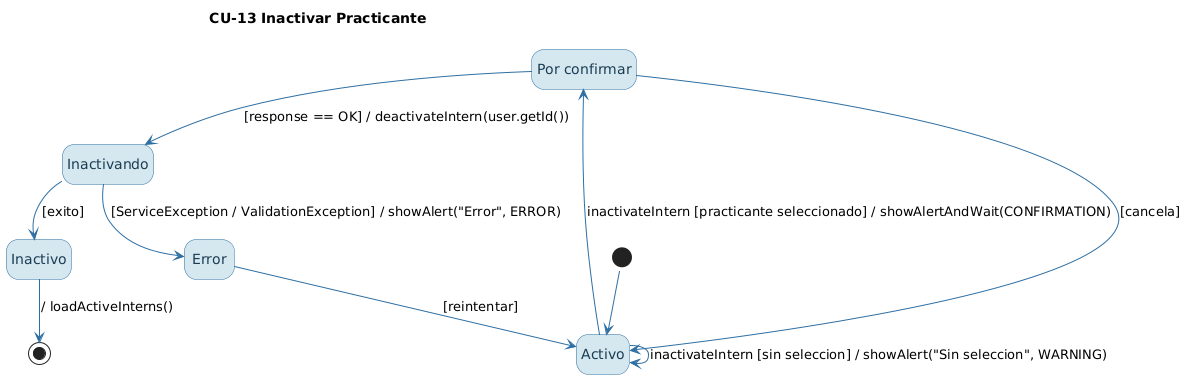
The PlantUML diagram diagramas_estado_img/CU-13_InactivarPracticante.png in laramontielpedrojose-bit/Nuevo, before a commit.
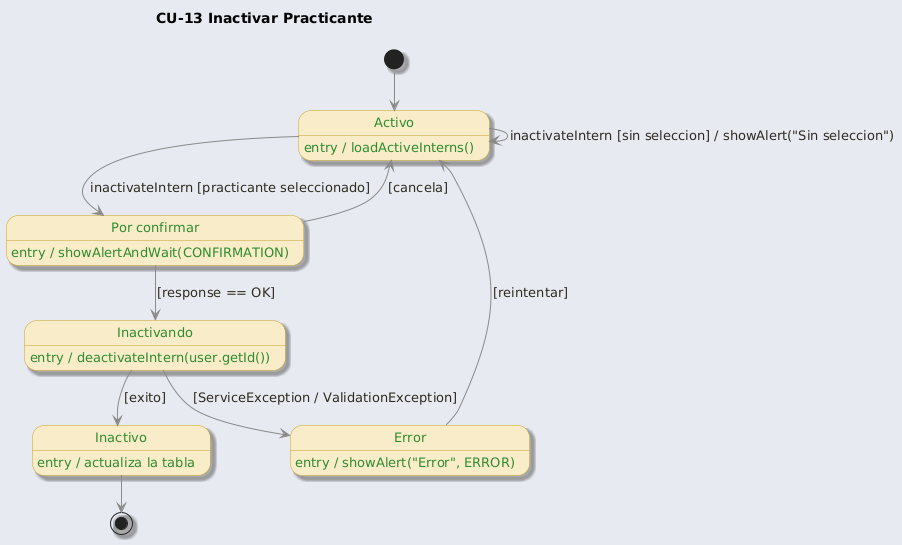
After the commit.

What changed in the source:
```diff
@@ -1,22 +1,25 @@
 @startuml
 !pragma layout smetana
+!include _estilo.iuml
 hide empty description
-skinparam shadowing false
-skinparam state {
-  BackgroundColor #D5E8F0
-  BorderColor #2E6FA3
-  FontColor #1A3C53
-  ArrowColor #2E6FA3
-}
 title CU-13 Inactivar Practicante
-state "Por confirmar" as PorConfirmar
+state "Activo" as Activo
+Activo : entry / loadActiveInterns()
+state "Por confirmar" as Conf
+Conf : entry / showAlertAndWait(CONFIRMATION)
+state "Inactivando" as Inact
+Inact : entry / deactivateIntern(user.getId())
+state "Inactivo" as Off
+Off : entry / actualiza la tabla
+state "Error" as Error
+Error : entry / showAlert("Error", ERROR)
 [*] --> Activo
-Activo --> PorConfirmar : inactivateIntern [practicante seleccionado] / showAlertAndWait(CONFIRMATION)
-Activo --> Activo : inactivateIntern [sin seleccion] / showAlert("Sin seleccion", WARNING)
-PorConfirmar --> Inactivando : [response == OK] / deactivateIntern(user.getId())
-PorConfirmar --> Activo : [cancela]
-Inactivando --> Inactivo : [exito]
-Inactivando --> Error : [ServiceException / ValidationException] / showAlert("Error", ERROR)
-Inactivo --> [*] : / loadActiveInterns()
+Activo --> Conf : inactivateIntern [practicante seleccionado]
+Activo --> Activo : inactivateIntern [sin seleccion] / showAlert("Sin seleccion")
+Conf --> Inact : [response == OK]
+Conf --> Activo : [cancela]
+Inact --> Off : [exito]
+Inact --> Error : [ServiceException / ValidationException]
+Off --> [*]
 Error --> Activo : [reintentar]
 @enduml
```
